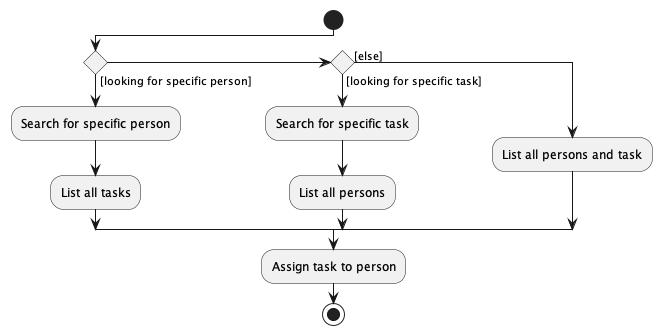
Before: docs/images/AssignActivityDiagram.png, a diagram exported from PlantUML (nus-cs2103-AY2223S2/tp).
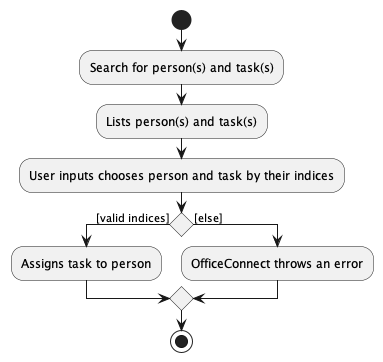
Above is the later version.

What changed in the source:
```diff
@@ -1,15 +1,12 @@
 @startuml
 start
-if() then ([looking for specific person])
-    :Search for specific person;
-    :List all tasks;
-else if() then ([looking for specific task])
-    :Search for specific task;
-    :List all persons;
+:Search for person(s) and task(s);
+:Lists person(s) and task(s);
+:User inputs chooses person and task by their indices;
+if() then ([valid indices])
+    :Assigns task to person;
 else([else])
-    :List all persons and task;
+    :OfficeConnect throws an error;
 endif
-:Assign task to person;
 stop
-
 @enduml
```
